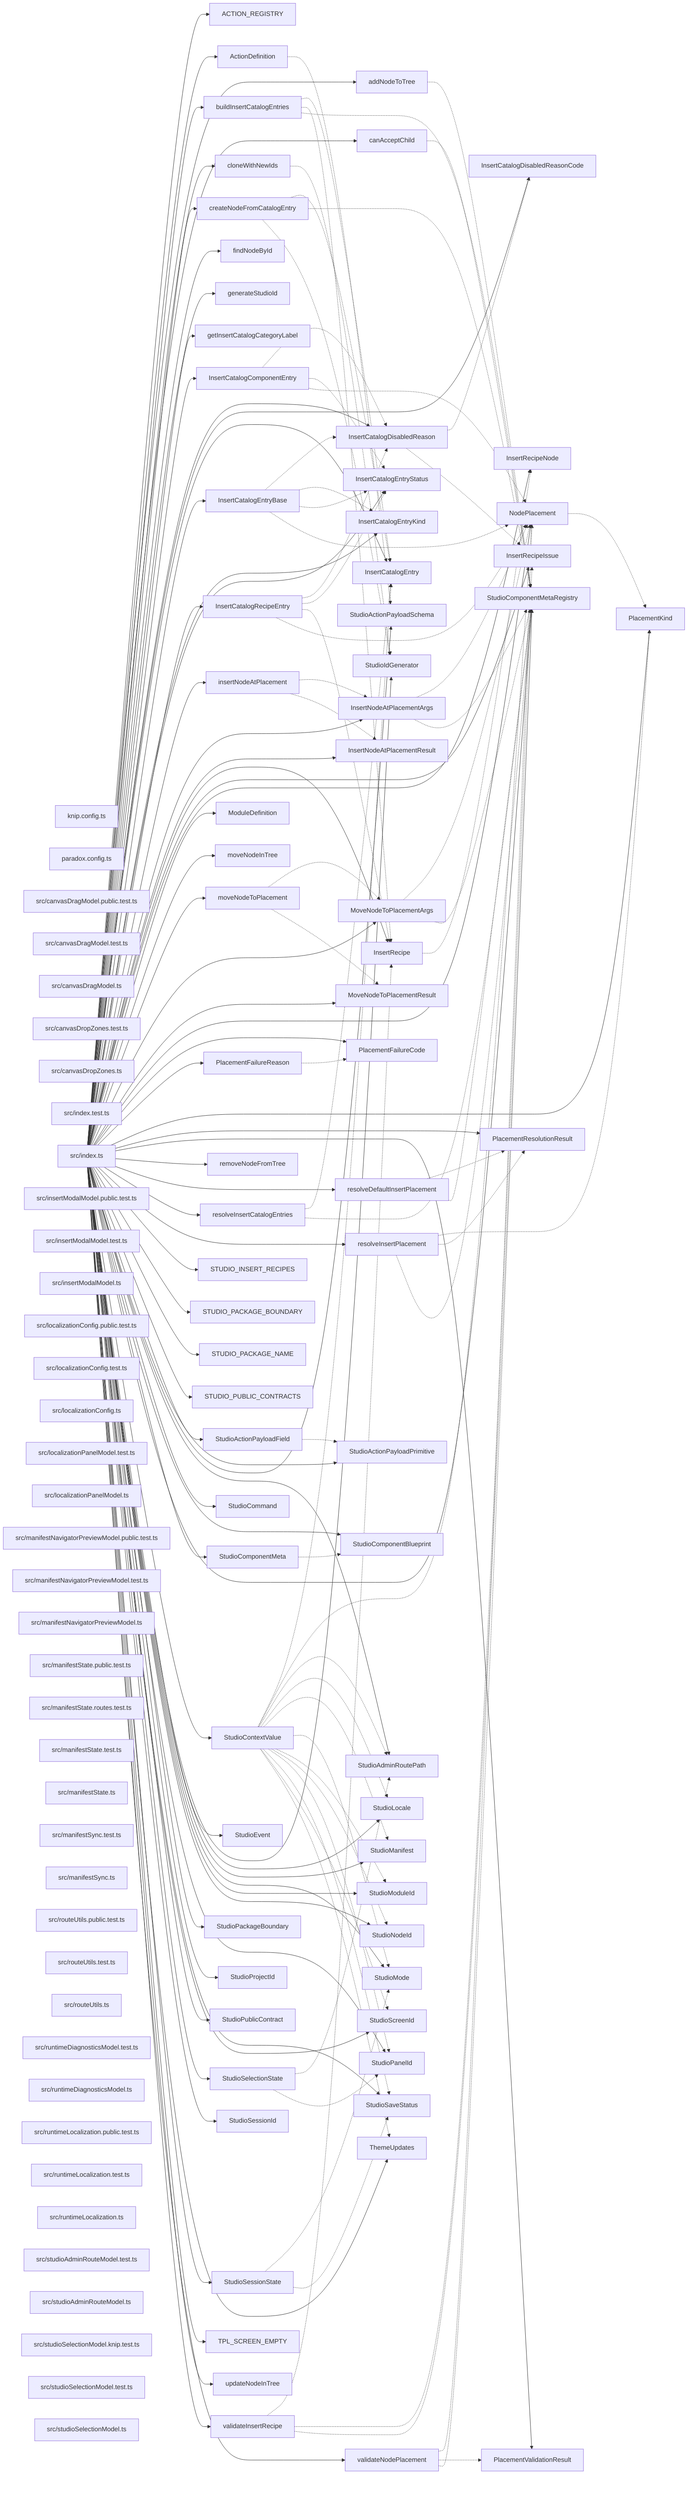
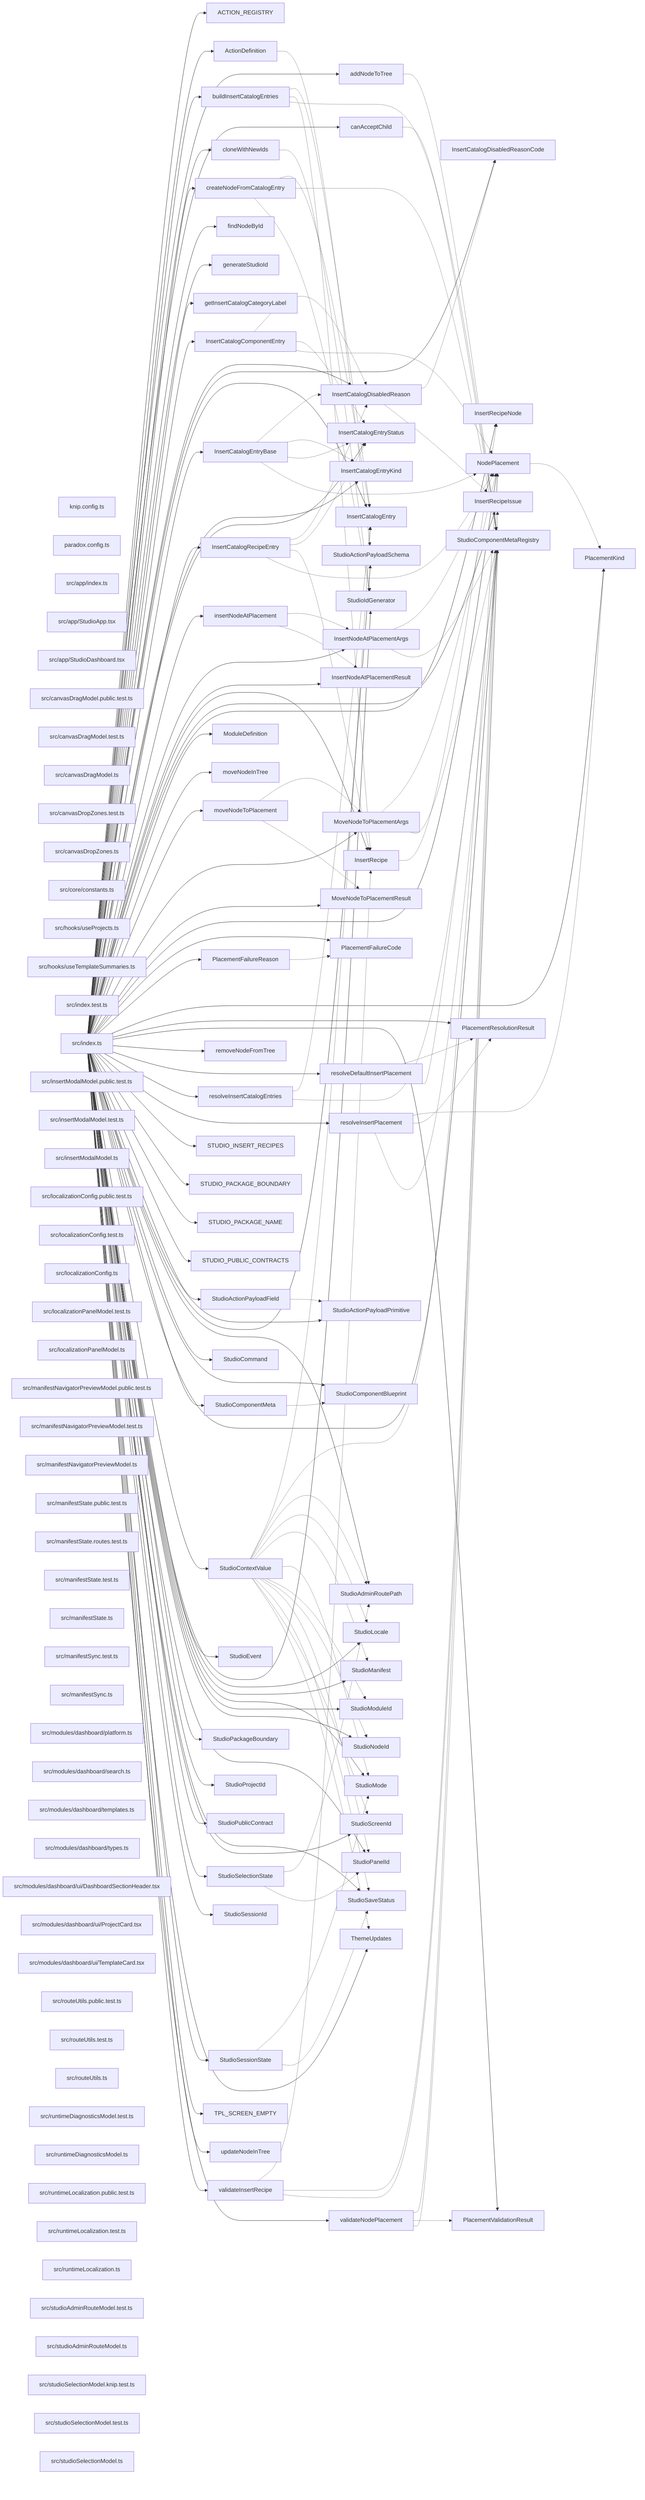
graph LR
  module_knip_config_ts["knip.config.ts"]
  module_paradox_config_ts["paradox.config.ts"]
+   module_src_app_index_ts["src/app/index.ts"]
+   module_src_app_StudioApp_tsx["src/app/StudioApp.tsx"]
+   module_src_app_StudioDashboard_tsx["src/app/StudioDashboard.tsx"]
  module_src_canvasDragModel_public_test_ts["src/canvasDragModel.public.test.ts"]
  module_src_canvasDragModel_test_ts["src/canvasDragModel.test.ts"]
  module_src_canvasDragModel_ts["src/canvasDragModel.ts"]
  module_src_canvasDropZones_test_ts["src/canvasDropZones.test.ts"]
  module_src_canvasDropZones_ts["src/canvasDropZones.ts"]
+   module_src_core_constants_ts["src/core/constants.ts"]
+   module_src_hooks_useProjects_ts["src/hooks/useProjects.ts"]
+   module_src_hooks_useTemplateSummaries_ts["src/hooks/useTemplateSummaries.ts"]
  module_src_index_test_ts["src/index.test.ts"]
  module_src_index_ts["src/index.ts"]
  module_src_insertModalModel_public_test_ts["src/insertModalModel.public.test.ts"]
  module_src_insertModalModel_test_ts["src/insertModalModel.test.ts"]
  module_src_insertModalModel_ts["src/insertModalModel.ts"]
  module_src_localizationConfig_public_test_ts["src/localizationConfig.public.test.ts"]
  module_src_localizationConfig_test_ts["src/localizationConfig.test.ts"]
  module_src_localizationConfig_ts["src/localizationConfig.ts"]
  module_src_localizationPanelModel_test_ts["src/localizationPanelModel.test.ts"]
  module_src_localizationPanelModel_ts["src/localizationPanelModel.ts"]
  module_src_manifestNavigatorPreviewModel_public_test_ts["src/manifestNavigatorPreviewModel.public.test.ts"]
  module_src_manifestNavigatorPreviewModel_test_ts["src/manifestNavigatorPreviewModel.test.ts"]
  module_src_manifestNavigatorPreviewModel_ts["src/manifestNavigatorPreviewModel.ts"]
  module_src_manifestState_public_test_ts["src/manifestState.public.test.ts"]
  module_src_manifestState_routes_test_ts["src/manifestState.routes.test.ts"]
  module_src_manifestState_test_ts["src/manifestState.test.ts"]
  module_src_manifestState_ts["src/manifestState.ts"]
  module_src_manifestSync_test_ts["src/manifestSync.test.ts"]
  module_src_manifestSync_ts["src/manifestSync.ts"]
+   module_src_modules_dashboard_platform_ts["src/modules/dashboard/platform.ts"]
+   module_src_modules_dashboard_search_ts["src/modules/dashboard/search.ts"]
+   module_src_modules_dashboard_templates_ts["src/modules/dashboard/templates.ts"]
+   module_src_modules_dashboard_types_ts["src/modules/dashboard/types.ts"]
+   module_src_modules_dashboard_ui_DashboardSectionHeader_tsx["src/modules/dashboard/ui/DashboardSectionHeader.tsx"]
+   module_src_modules_dashboard_ui_ProjectCard_tsx["src/modules/dashboard/ui/ProjectCard.tsx"]
+   module_src_modules_dashboard_ui_TemplateCard_tsx["src/modules/dashboard/ui/TemplateCard.tsx"]
  module_src_routeUtils_public_test_ts["src/routeUtils.public.test.ts"]
  module_src_routeUtils_test_ts["src/routeUtils.test.ts"]
  module_src_routeUtils_ts["src/routeUtils.ts"]
  module_src_runtimeDiagnosticsModel_test_ts["src/runtimeDiagnosticsModel.test.ts"]
  module_src_runtimeDiagnosticsModel_ts["src/runtimeDiagnosticsModel.ts"]
  module_src_runtimeLocalization_public_test_ts["src/runtimeLocalization.public.test.ts"]
  module_src_runtimeLocalization_test_ts["src/runtimeLocalization.test.ts"]
  module_src_runtimeLocalization_ts["src/runtimeLocalization.ts"]
  module_src_studioAdminRouteModel_test_ts["src/studioAdminRouteModel.test.ts"]
  module_src_studioAdminRouteModel_ts["src/studioAdminRouteModel.ts"]
  module_src_studioSelectionModel_knip_test_ts["src/studioSelectionModel.knip.test.ts"]
  module_src_studioSelectionModel_test_ts["src/studioSelectionModel.test.ts"]
  module_src_studioSelectionModel_ts["src/studioSelectionModel.ts"]
  export_ACTION_REGISTRY["ACTION_REGISTRY"]
  module_src_index_ts --> export_ACTION_REGISTRY
  export_ActionDefinition["ActionDefinition"]
  module_src_index_ts --> export_ActionDefinition
  export_ActionDefinition -.-> export_StudioActionPayloadSchema
  export_addNodeToTree["addNodeToTree"]
  module_src_index_ts --> export_addNodeToTree
  export_addNodeToTree -.-> export_StudioComponentMetaRegistry
  export_buildInsertCatalogEntries["buildInsertCatalogEntries"]
  module_src_index_ts --> export_buildInsertCatalogEntries
  export_buildInsertCatalogEntries -.-> export_InsertCatalogEntry
  export_buildInsertCatalogEntries -.-> export_InsertRecipe
  export_buildInsertCatalogEntries -.-> export_StudioComponentMetaRegistry
  export_canAcceptChild["canAcceptChild"]
  module_src_index_ts --> export_canAcceptChild
  export_canAcceptChild -.-> export_StudioComponentMetaRegistry
  export_cloneWithNewIds["cloneWithNewIds"]
  module_src_index_ts --> export_cloneWithNewIds
  export_cloneWithNewIds -.-> export_StudioIdGenerator
  export_createNodeFromCatalogEntry["createNodeFromCatalogEntry"]
  module_src_index_ts --> export_createNodeFromCatalogEntry
  export_createNodeFromCatalogEntry -.-> export_InsertCatalogEntry
  export_createNodeFromCatalogEntry -.-> export_StudioComponentMetaRegistry
  export_createNodeFromCatalogEntry -.-> export_StudioIdGenerator
  export_findNodeById["findNodeById"]
  module_src_index_ts --> export_findNodeById
  export_generateStudioId["generateStudioId"]
  module_src_index_ts --> export_generateStudioId
  export_getInsertCatalogCategoryLabel["getInsertCatalogCategoryLabel"]
  module_src_index_ts --> export_getInsertCatalogCategoryLabel
  export_InsertCatalogComponentEntry["InsertCatalogComponentEntry"]
  module_src_index_ts --> export_InsertCatalogComponentEntry
  export_InsertCatalogComponentEntry -.-> export_InsertCatalogDisabledReason
  export_InsertCatalogComponentEntry -.-> export_InsertCatalogEntryStatus
  export_InsertCatalogComponentEntry -.-> export_NodePlacement
  export_InsertCatalogDisabledReason["InsertCatalogDisabledReason"]
  module_src_index_ts --> export_InsertCatalogDisabledReason
  export_InsertCatalogDisabledReason -.-> export_InsertCatalogDisabledReasonCode
  export_InsertCatalogDisabledReason -.-> export_InsertRecipeIssue
  export_InsertCatalogDisabledReasonCode["InsertCatalogDisabledReasonCode"]
  module_src_index_ts --> export_InsertCatalogDisabledReasonCode
  export_InsertCatalogEntry["InsertCatalogEntry"]
  module_src_index_ts --> export_InsertCatalogEntry
  export_InsertCatalogEntryBase["InsertCatalogEntryBase"]
  module_src_index_ts --> export_InsertCatalogEntryBase
  export_InsertCatalogEntryBase -.-> export_InsertCatalogDisabledReason
  export_InsertCatalogEntryBase -.-> export_InsertCatalogEntryKind
  export_InsertCatalogEntryBase -.-> export_InsertCatalogEntryStatus
  export_InsertCatalogEntryBase -.-> export_NodePlacement
  export_InsertCatalogEntryKind["InsertCatalogEntryKind"]
  module_src_index_ts --> export_InsertCatalogEntryKind
  export_InsertCatalogEntryStatus["InsertCatalogEntryStatus"]
  module_src_index_ts --> export_InsertCatalogEntryStatus
  export_InsertCatalogRecipeEntry["InsertCatalogRecipeEntry"]
  module_src_index_ts --> export_InsertCatalogRecipeEntry
  export_InsertCatalogRecipeEntry -.-> export_InsertCatalogDisabledReason
  export_InsertCatalogRecipeEntry -.-> export_InsertCatalogEntryStatus
  export_InsertCatalogRecipeEntry -.-> export_InsertRecipe
  export_InsertCatalogRecipeEntry -.-> export_NodePlacement
  export_insertNodeAtPlacement["insertNodeAtPlacement"]
  module_src_index_ts --> export_insertNodeAtPlacement
  export_insertNodeAtPlacement -.-> export_InsertNodeAtPlacementArgs
  export_insertNodeAtPlacement -.-> export_InsertNodeAtPlacementResult
  export_InsertNodeAtPlacementArgs["InsertNodeAtPlacementArgs"]
  module_src_index_ts --> export_InsertNodeAtPlacementArgs
  export_InsertNodeAtPlacementArgs -.-> export_NodePlacement
  export_InsertNodeAtPlacementArgs -.-> export_StudioComponentMetaRegistry
  export_InsertNodeAtPlacementResult["InsertNodeAtPlacementResult"]
  module_src_index_ts --> export_InsertNodeAtPlacementResult
  export_InsertRecipe["InsertRecipe"]
  module_src_index_ts --> export_InsertRecipe
  export_InsertRecipe -.-> export_InsertRecipeNode
  export_InsertRecipeIssue["InsertRecipeIssue"]
  module_src_index_ts --> export_InsertRecipeIssue
  export_InsertRecipeNode["InsertRecipeNode"]
  module_src_index_ts --> export_InsertRecipeNode
  export_ModuleDefinition["ModuleDefinition"]
  module_src_index_ts --> export_ModuleDefinition
  export_moveNodeInTree["moveNodeInTree"]
  module_src_index_ts --> export_moveNodeInTree
  export_moveNodeToPlacement["moveNodeToPlacement"]
  module_src_index_ts --> export_moveNodeToPlacement
  export_moveNodeToPlacement -.-> export_MoveNodeToPlacementArgs
  export_moveNodeToPlacement -.-> export_MoveNodeToPlacementResult
  export_MoveNodeToPlacementArgs["MoveNodeToPlacementArgs"]
  module_src_index_ts --> export_MoveNodeToPlacementArgs
  export_MoveNodeToPlacementArgs -.-> export_NodePlacement
  export_MoveNodeToPlacementArgs -.-> export_StudioComponentMetaRegistry
  export_MoveNodeToPlacementResult["MoveNodeToPlacementResult"]
  module_src_index_ts --> export_MoveNodeToPlacementResult
  export_NodePlacement["NodePlacement"]
  module_src_index_ts --> export_NodePlacement
  export_NodePlacement -.-> export_PlacementKind
  export_PlacementFailureCode["PlacementFailureCode"]
  module_src_index_ts --> export_PlacementFailureCode
  export_PlacementFailureReason["PlacementFailureReason"]
  module_src_index_ts --> export_PlacementFailureReason
  export_PlacementFailureReason -.-> export_PlacementFailureCode
  export_PlacementKind["PlacementKind"]
  module_src_index_ts --> export_PlacementKind
  export_PlacementResolutionResult["PlacementResolutionResult"]
  module_src_index_ts --> export_PlacementResolutionResult
  export_PlacementValidationResult["PlacementValidationResult"]
  module_src_index_ts --> export_PlacementValidationResult
  export_removeNodeFromTree["removeNodeFromTree"]
  module_src_index_ts --> export_removeNodeFromTree
  export_resolveDefaultInsertPlacement["resolveDefaultInsertPlacement"]
  module_src_index_ts --> export_resolveDefaultInsertPlacement
  export_resolveDefaultInsertPlacement -.-> export_PlacementResolutionResult
  export_resolveDefaultInsertPlacement -.-> export_StudioComponentMetaRegistry
  export_resolveInsertCatalogEntries["resolveInsertCatalogEntries"]
  module_src_index_ts --> export_resolveInsertCatalogEntries
  export_resolveInsertCatalogEntries -.-> export_InsertCatalogEntry
  export_resolveInsertCatalogEntries -.-> export_StudioComponentMetaRegistry
  export_resolveInsertPlacement["resolveInsertPlacement"]
  module_src_index_ts --> export_resolveInsertPlacement
  export_resolveInsertPlacement -.-> export_PlacementKind
  export_resolveInsertPlacement -.-> export_PlacementResolutionResult
  export_resolveInsertPlacement -.-> export_StudioComponentMetaRegistry
  export_STUDIO_INSERT_RECIPES["STUDIO_INSERT_RECIPES"]
  module_src_index_ts --> export_STUDIO_INSERT_RECIPES
  export_STUDIO_PACKAGE_BOUNDARY["STUDIO_PACKAGE_BOUNDARY"]
  module_src_index_ts --> export_STUDIO_PACKAGE_BOUNDARY
  export_STUDIO_PACKAGE_NAME["STUDIO_PACKAGE_NAME"]
  module_src_index_ts --> export_STUDIO_PACKAGE_NAME
  export_STUDIO_PUBLIC_CONTRACTS["STUDIO_PUBLIC_CONTRACTS"]
  module_src_index_ts --> export_STUDIO_PUBLIC_CONTRACTS
  export_StudioActionPayloadField["StudioActionPayloadField"]
  module_src_index_ts --> export_StudioActionPayloadField
  export_StudioActionPayloadField -.-> export_StudioActionPayloadPrimitive
  export_StudioActionPayloadPrimitive["StudioActionPayloadPrimitive"]
  module_src_index_ts --> export_StudioActionPayloadPrimitive
  export_StudioActionPayloadSchema["StudioActionPayloadSchema"]
  module_src_index_ts --> export_StudioActionPayloadSchema
  export_StudioAdminRoutePath["StudioAdminRoutePath"]
  module_src_index_ts --> export_StudioAdminRoutePath
  export_StudioCommand["StudioCommand"]
  module_src_index_ts --> export_StudioCommand
  export_StudioComponentBlueprint["StudioComponentBlueprint"]
  module_src_index_ts --> export_StudioComponentBlueprint
  export_StudioComponentMeta["StudioComponentMeta"]
  module_src_index_ts --> export_StudioComponentMeta
  export_StudioComponentMeta -.-> export_StudioComponentBlueprint
  export_StudioComponentMetaRegistry["StudioComponentMetaRegistry"]
  module_src_index_ts --> export_StudioComponentMetaRegistry
  export_StudioContextValue["StudioContextValue"]
  module_src_index_ts --> export_StudioContextValue
  export_StudioContextValue -.-> export_InsertCatalogEntry
  export_StudioContextValue -.-> export_NodePlacement
  export_StudioContextValue -.-> export_StudioAdminRoutePath
  export_StudioContextValue -.-> export_StudioLocale
  export_StudioContextValue -.-> export_StudioManifest
  export_StudioContextValue -.-> export_StudioMode
  export_StudioContextValue -.-> export_StudioModuleId
  export_StudioContextValue -.-> export_StudioNodeId
  export_StudioContextValue -.-> export_StudioPanelId
  export_StudioContextValue -.-> export_StudioSaveStatus
  export_StudioContextValue -.-> export_StudioScreenId
  export_StudioContextValue -.-> export_ThemeUpdates
  export_StudioEvent["StudioEvent"]
  module_src_index_ts --> export_StudioEvent
  export_StudioIdGenerator["StudioIdGenerator"]
  module_src_index_ts --> export_StudioIdGenerator
  export_StudioLocale["StudioLocale"]
  module_src_index_ts --> export_StudioLocale
  export_StudioManifest["StudioManifest"]
  module_src_index_ts --> export_StudioManifest
  export_StudioMode["StudioMode"]
  module_src_index_ts --> export_StudioMode
  export_StudioModuleId["StudioModuleId"]
  module_src_index_ts --> export_StudioModuleId
  export_StudioNodeId["StudioNodeId"]
  module_src_index_ts --> export_StudioNodeId
  export_StudioPackageBoundary["StudioPackageBoundary"]
  module_src_index_ts --> export_StudioPackageBoundary
  export_StudioPanelId["StudioPanelId"]
  module_src_index_ts --> export_StudioPanelId
  export_StudioProjectId["StudioProjectId"]
  module_src_index_ts --> export_StudioProjectId
  export_StudioPublicContract["StudioPublicContract"]
  module_src_index_ts --> export_StudioPublicContract
  export_StudioSaveStatus["StudioSaveStatus"]
  module_src_index_ts --> export_StudioSaveStatus
  export_StudioScreenId["StudioScreenId"]
  module_src_index_ts --> export_StudioScreenId
  export_StudioSelectionState["StudioSelectionState"]
  module_src_index_ts --> export_StudioSelectionState
  export_StudioSelectionState -.-> export_StudioAdminRoutePath
  export_StudioSelectionState -.-> export_StudioPanelId
  export_StudioSessionId["StudioSessionId"]
  module_src_index_ts --> export_StudioSessionId
  export_StudioSessionState["StudioSessionState"]
  module_src_index_ts --> export_StudioSessionState
  export_StudioSessionState -.-> export_StudioMode
  export_StudioSessionState -.-> export_StudioSaveStatus
  export_ThemeUpdates["ThemeUpdates"]
  module_src_index_ts --> export_ThemeUpdates
  export_TPL_SCREEN_EMPTY["TPL_SCREEN_EMPTY"]
  module_src_index_ts --> export_TPL_SCREEN_EMPTY
  export_updateNodeInTree["updateNodeInTree"]
  module_src_index_ts --> export_updateNodeInTree
  export_validateInsertRecipe["validateInsertRecipe"]
  module_src_index_ts --> export_validateInsertRecipe
  export_validateInsertRecipe -.-> export_InsertRecipe
  export_validateInsertRecipe -.-> export_InsertRecipeIssue
  export_validateInsertRecipe -.-> export_StudioComponentMetaRegistry
  export_validateNodePlacement["validateNodePlacement"]
  module_src_index_ts --> export_validateNodePlacement
  export_validateNodePlacement -.-> export_NodePlacement
  export_validateNodePlacement -.-> export_PlacementValidationResult
  export_validateNodePlacement -.-> export_StudioComponentMetaRegistry
